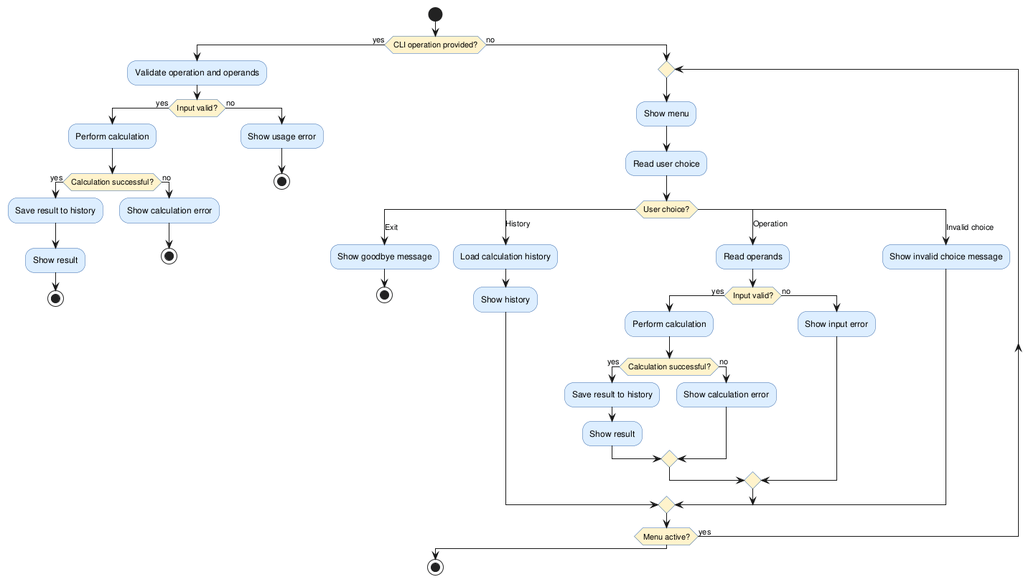
Above: experiments/supervisor_as_tools/structured_text/calculator/artifacts/activity_diagram.png in DanielRiha8906/Software_autoevolution_using_agents (PlantUML), before the change. Its diagram source:
```plantuml
@startuml activity_diagram

skinparam activityBackgroundColor #DDEEFF
skinparam activityBorderColor #3366AA
skinparam activityDiamondBackgroundColor #FFF3CC

start

if (CLI operation provided?) then (yes)

  :Validate operation and operands;

  if (Input valid?) then (yes)
    :Perform calculation;

    if (Calculation successful?) then (yes)
      :Save result to history;
      :Show result;
      stop
    else (no)
      :Show calculation error;
      stop
    endif

  else (no)
    :Show usage error;
    stop
  endif

else (no)

  repeat
    :Show menu;
    :Read user choice;

    switch (User choice?)

      case (Exit)
        :Show goodbye message;
        stop

      case (History)
        :Load calculation history;
        :Show history;

      case (Operation)
        :Read operands;

        if (Input valid?) then (yes)
          :Perform calculation;

          if (Calculation successful?) then (yes)
            :Save result to history;
            :Show result;
          else (no)
            :Show calculation error;
          endif

        else (no)
          :Show input error;
        endif

      case (Invalid choice)
        :Show invalid choice message;

    endswitch

  repeat while (Menu active?) is (yes)

endif

stop

@enduml
```
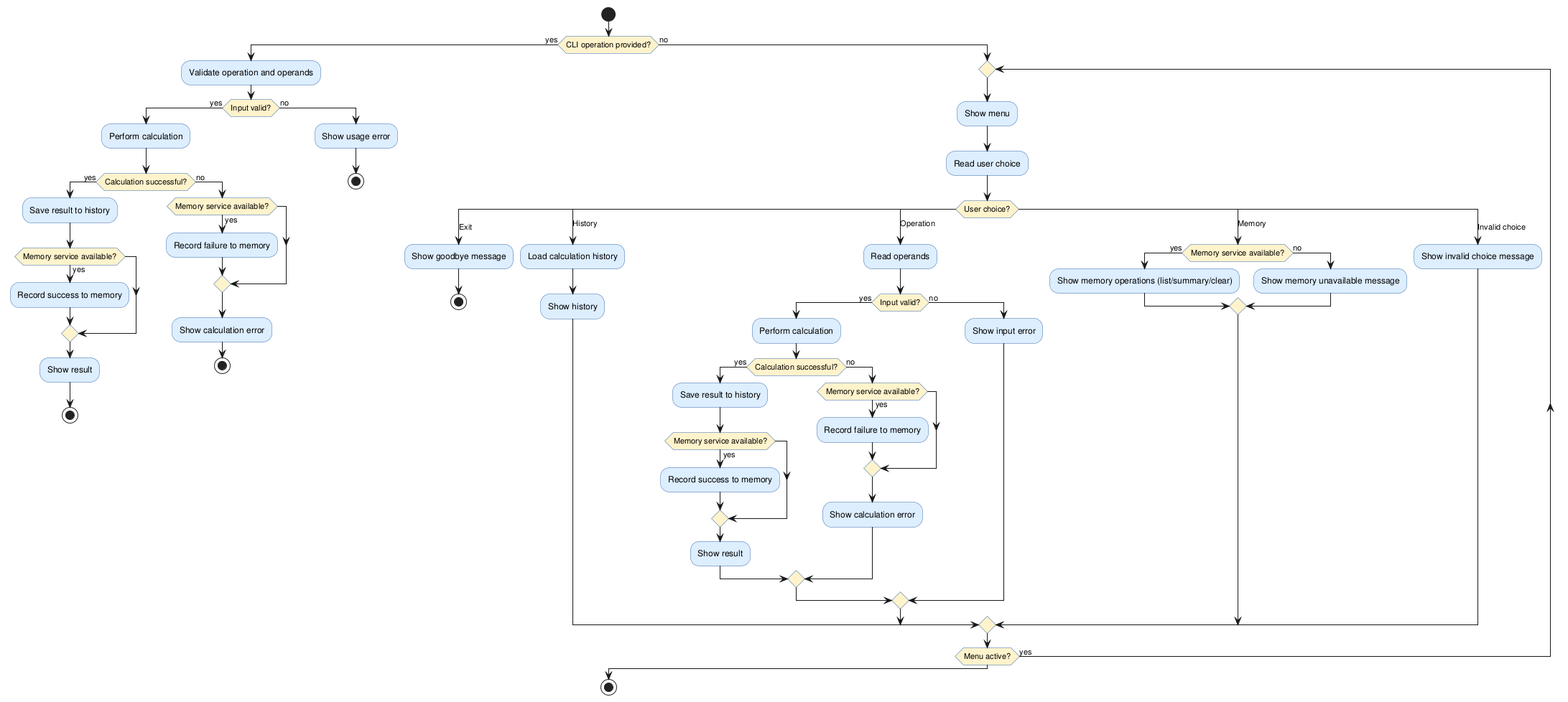
Later version of the same file.

The edit, as a diff of the source:
```diff
@@ -15,9 +15,15 @@
 
     if (Calculation successful?) then (yes)
       :Save result to history;
+      if (Memory service available?) then (yes)
+        :Record success to memory;
+      endif
       :Show result;
       stop
     else (no)
+      if (Memory service available?) then (yes)
+        :Record failure to memory;
+      endif
       :Show calculation error;
       stop
     endif
@@ -51,13 +57,26 @@
 
           if (Calculation successful?) then (yes)
             :Save result to history;
+            if (Memory service available?) then (yes)
+              :Record success to memory;
+            endif
             :Show result;
           else (no)
+            if (Memory service available?) then (yes)
+              :Record failure to memory;
+            endif
             :Show calculation error;
           endif
 
         else (no)
           :Show input error;
+        endif
+
+      case (Memory)
+        if (Memory service available?) then (yes)
+          :Show memory operations (list/summary/clear);
+        else (no)
+          :Show memory unavailable message;
         endif
 
       case (Invalid choice)
```
